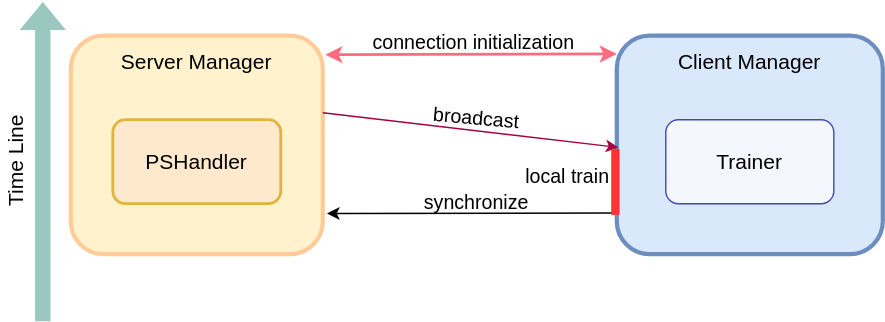
Earlier version of the draw.io export docs/imgs/fedlab-synchronous.svg (SMILELab-FL/FedLab). Source tidied: cells renumbered, new cells last; positions are measured from the earlier drawing's top-left corner, leaving out a move shared by most shapes. Source of this version:
```xml
<mxGraphModel>
  <root>
    <mxCell id="0" />
    <mxCell id="1" parent="0" />
    <mxCell id="2" value="&lt;font style=&quot;font-size: 14px&quot;&gt;local train&lt;/font&gt;" style="text;html=1;strokeColor=none;fillColor=none;align=center;verticalAlign=middle;whiteSpace=wrap;rounded=0;" parent="1" vertex="1">
      <mxGeometry x="390" y="116" width="90" height="20" as="geometry" />
    </mxCell>
    <mxCell id="3" style="rounded=1;whiteSpace=wrap;html=1;fillColor=#fff2cc;strokeColor=#FFCC99;strokeWidth=3;" parent="1" vertex="1">
      <mxGeometry x="80" y="25" width="180" height="156" as="geometry" />
    </mxCell>
    <mxCell id="4" value="&lt;font style=&quot;font-size: 15px&quot;&gt;Server Manager&lt;/font&gt;" style="text;html=1;strokeColor=none;fillColor=none;align=center;verticalAlign=middle;whiteSpace=wrap;rounded=0;" parent="1" vertex="1">
      <mxGeometry x="105" y="33" width="130" height="20" as="geometry" />
    </mxCell>
    <mxCell id="5" style="rounded=1;whiteSpace=wrap;html=1;fillColor=#dae8fc;strokeColor=#6c8ebf;strokeWidth=3;" parent="1" vertex="1">
      <mxGeometry x="470" y="25" width="190" height="156" as="geometry" />
    </mxCell>
    <mxCell id="6" value="&lt;font style=&quot;font-size: 15px&quot;&gt;Client Manager&lt;/font&gt;" style="text;html=1;strokeColor=none;fillColor=none;align=center;verticalAlign=middle;whiteSpace=wrap;rounded=0;" parent="1" vertex="1">
      <mxGeometry x="470" y="33" width="190" height="20" as="geometry" />
    </mxCell>
    <mxCell id="7" style="endArrow=classic;html=1;exitX=1;exitY=0.25;exitDx=0;exitDy=0;entryX=0.006;entryY=0.409;entryDx=0;entryDy=0;entryPerimeter=0;fillColor=#d80073;strokeColor=#A50040;" parent="1" edge="1">
      <mxGeometry relative="1" as="geometry">
        <mxPoint x="260" y="80" as="sourcePoint" />
        <mxPoint x="471.1" y="104.8" as="targetPoint" />
      </mxGeometry>
    </mxCell>
    <mxCell id="8" style="endArrow=classic;html=1;exitX=-0.015;exitY=0.812;exitDx=0;exitDy=0;exitPerimeter=0;" parent="1" edge="1" source="5">
      <mxGeometry relative="1" as="geometry">
        <mxPoint x="263" y="152" as="targetPoint" />
      </mxGeometry>
    </mxCell>
    <mxCell id="9" value="&lt;font style=&quot;font-size: 14px&quot;&gt;synchronize&lt;/font&gt;" style="text;html=1;strokeColor=none;fillColor=none;align=center;verticalAlign=middle;whiteSpace=wrap;rounded=0;shadow=0;glass=0;dashed=1;sketch=0;opacity=70;" parent="1" vertex="1">
      <mxGeometry x="325" y="134" width="90" height="20" as="geometry" />
    </mxCell>
    <mxCell id="10" value="&lt;font style=&quot;font-size: 15px&quot;&gt;PSHandler&lt;/font&gt;" style="rounded=1;whiteSpace=wrap;html=1;shadow=0;glass=0;sketch=0;strokeColor=#d79b00;fillColor=#ffe6cc;opacity=70;strokeWidth=2;" parent="1" vertex="1">
      <mxGeometry x="110" y="85" width="120" height="60" as="geometry" />
    </mxCell>
    <mxCell id="11" value="&lt;font style=&quot;font-size: 15px&quot;&gt;Trainer&lt;/font&gt;" style="rounded=1;whiteSpace=wrap;html=1;shadow=0;glass=0;sketch=0;opacity=70;strokeColor=#000099;" parent="1" vertex="1">
      <mxGeometry x="505" y="85" width="120" height="60" as="geometry" />
    </mxCell>
    <mxCell id="12" style="endArrow=classic;startArrow=classic;html=1;entryX=0;entryY=0.25;entryDx=0;entryDy=0;exitX=1.01;exitY=0.087;exitDx=0;exitDy=0;exitPerimeter=0;fillColor=#d80073;strokeWidth=2;strokeColor=#FF6B7F;" parent="1" edge="1" source="3" target="6">
      <mxGeometry relative="1" as="geometry" />
    </mxCell>
    <mxCell id="13" value="&lt;font style=&quot;font-size: 14px&quot;&gt;connection initialization&lt;/font&gt;" style="text;html=1;fillColor=none;align=center;verticalAlign=middle;whiteSpace=wrap;rounded=0;strokeWidth=2;" parent="1" vertex="1">
      <mxGeometry x="278" y="20" width="180" height="20" as="geometry" />
    </mxCell>
    <mxCell id="14" value="&lt;font style=&quot;font-size: 14px&quot;&gt;broadcast&lt;/font&gt;" style="text;html=1;strokeColor=none;fillColor=none;align=center;verticalAlign=middle;whiteSpace=wrap;rounded=0;rotation=5;" parent="1" vertex="1">
      <mxGeometry x="325" y="74" width="90" height="20" as="geometry" />
    </mxCell>
    <mxCell id="15" style="endArrow=none;html=1;strokeWidth=6;strokeColor=#FF3333;startSize=11;endSize=6;" parent="1" edge="1">
      <mxGeometry relative="1" as="geometry">
        <mxPoint x="469" y="153" as="sourcePoint" />
        <mxPoint x="469" y="106" as="targetPoint" />
      </mxGeometry>
    </mxCell>
    <mxCell id="16" style="shape=flexArrow;endArrow=classic;html=1;fontColor=#000000;strokeWidth=2;strokeColor=none;fillColor=#9AC7BF;" parent="1" edge="1">
      <mxGeometry relative="1" as="geometry">
        <mxPoint x="60" y="230" as="sourcePoint" />
        <mxPoint x="60" as="targetPoint" />
      </mxGeometry>
    </mxCell>
    <mxCell id="17" value="Time Line" style="text;html=1;align=center;verticalAlign=middle;fillColor=none;strokeColor=none;rounded=0;fontColor=#000000;fontSize=15;rotation=-90;" parent="1" vertex="1">
      <mxGeometry y="105" width="80" height="20" as="geometry" />
    </mxCell>
  </root>
</mxGraphModel>
```
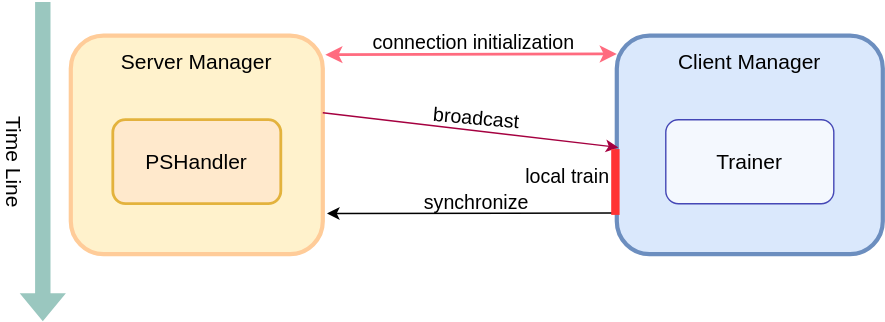
Later version of the same file.

Diff of the diagram source:
```diff
@@ -54,11 +54,11 @@
     </mxCell>
     <mxCell id="16" style="shape=flexArrow;endArrow=classic;html=1;fontColor=#000000;strokeWidth=2;strokeColor=none;fillColor=#9AC7BF;" parent="1" edge="1">
       <mxGeometry relative="1" as="geometry">
-        <mxPoint x="60" y="230" as="sourcePoint" />
-        <mxPoint x="60" as="targetPoint" />
+        <mxPoint x="60" as="sourcePoint" />
+        <mxPoint x="60" y="230" as="targetPoint" />
       </mxGeometry>
     </mxCell>
-    <mxCell id="17" value="Time Line" style="text;html=1;align=center;verticalAlign=middle;fillColor=none;strokeColor=none;rounded=0;fontColor=#000000;fontSize=15;rotation=-90;" parent="1" vertex="1">
+    <mxCell id="17" value="Time Line" style="text;html=1;align=center;verticalAlign=middle;fillColor=none;strokeColor=none;rounded=0;fontColor=#000000;fontSize=15;rotation=90;" parent="1" vertex="1">
       <mxGeometry y="105" width="80" height="20" as="geometry" />
     </mxCell>
   </root>
```
